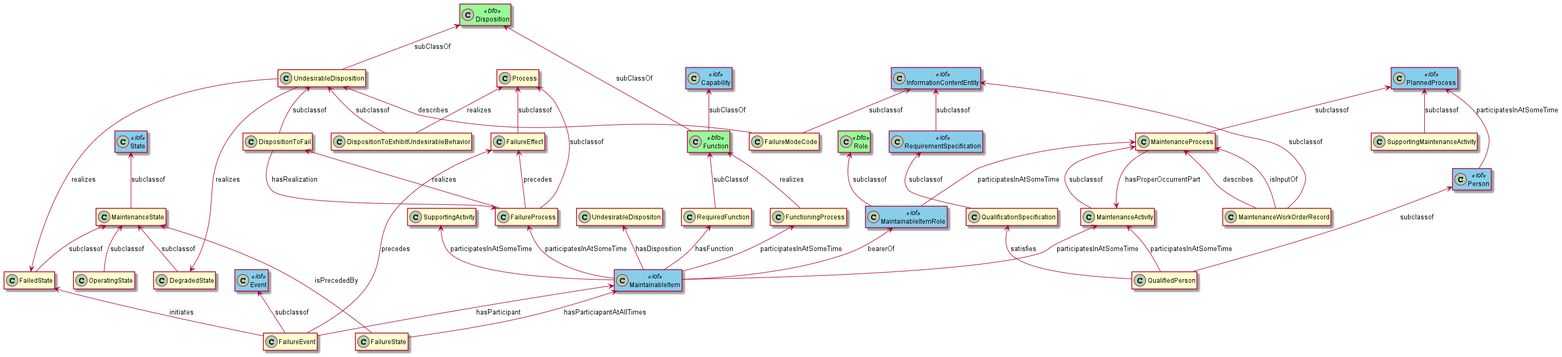
This is maintenance/images/MaintenanceDevRelationships.png from iofoundry/ontology, a PlantUML export, as it was before one commit.
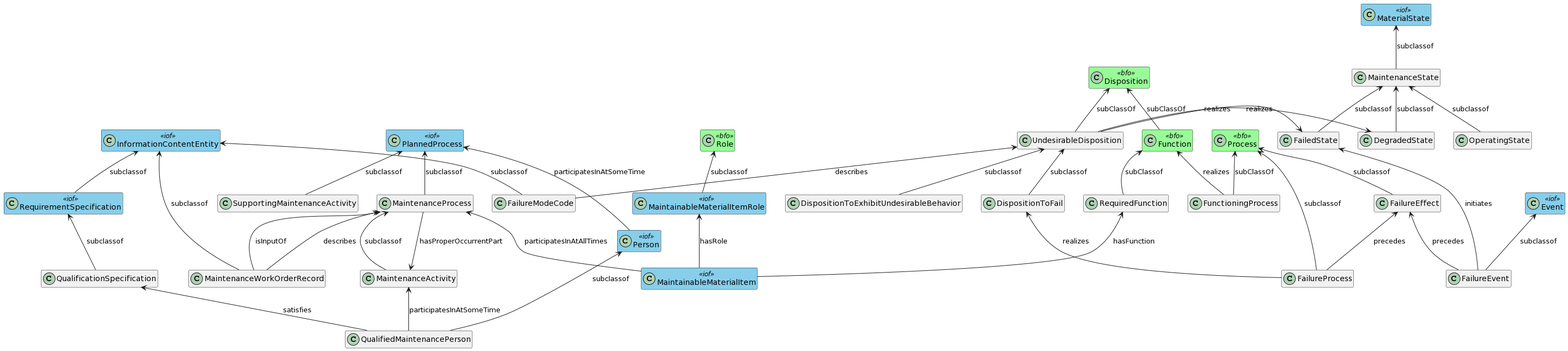
Later version of the same file.

What changed in the source:
```diff
@@ -8,7 +8,6 @@
 
 
 
-class Capability <<iof>>
 class DegradedState
 class Disposition <<bfo>>
 class DispositionToExhibitUndesirableBehavior
@@ -22,31 +21,29 @@
 class Function <<bfo>>
 class FunctioningProcess
 class InformationContentEntity <<iof>>
-class MaintainableItem <<iof>>
-class MaintainableItemRole <<iof>>
+class MaintainableMaterialItem <<iof>>
+class MaintainableMaterialItemRole <<iof>>
 class MaintenanceActivity
 class MaintenanceProcess
+class MaterialState <<iof>>
 class MaintenanceState
 class MaintenanceWorkOrderRecord
 class OperatingState
 class Person <<iof>>
 class PlannedProcess <<iof>>
+class Process <<bfo>>
 class QualificationSpecification
-class QualifiedPerson
+class QualifiedMaintenancePerson
 class Role <<bfo>>
 class RequiredFunction
 class RequirementSpecification <<iof>>
-class State <<iof>>
 class SupportingMaintenanceActivity
 class UndesirableDisposition
 
-Function -u-> Capability : "subClassOf"
 Function -u-> Disposition : "subClassOf"
-UndesirableDisposition -u-> Disposition : "subClassOf"
-DispositionToFail -u-> UndesirableDisposition : "subclassof"
-DispositionToExhibitUndesirableBehavior -u-> UndesirableDisposition : "subclassof"
-MaintainableItemRole -u-> Role : "subclassof"
-MaintenanceState -u-> State : "subclassof"
+
+MaintainableMaterialItemRole -u-> Role : "subclassof"
+MaintenanceState -u-> MaterialState : "subclassof"
 DegradedState -u-> MaintenanceState : "subclassof"
 FailedState -u-> MaintenanceState : "subclassof"
 OperatingState -u-> MaintenanceState : "subclassof"
@@ -59,43 +56,39 @@
 FailureModeCode -u-> InformationContentEntity : "subclassof"
 FailureProcess -u-> Process : "subclassof"
 QualificationSpecification -u-> RequirementSpecification : "subclassof"
-QualifiedPerson -u-> Person: "subclassof"
+QualifiedMaintenancePerson -u-> Person: "subclassof"
 MaintenanceWorkOrderRecord -u-> InformationContentEntity: "subclassof"
 RequirementSpecification -u-> InformationContentEntity: "subclassof"
 
-MaintainableItem -u-> MaintainableItemRole : "bearerOf"
-DispositionToFail -u-> FailureProcess : "hasRealization"
+MaintainableMaterialItem -u-> MaintainableMaterialItemRole : "hasRole"
 FailureProcess -u-> DispositionToFail : "realizes"
 FailureProcess -u-> FailureEffect : "precedes"
 FailureEvent -u-> FailureEffect : "precedes"
-FailureEvent -u-> MaintainableItem : "hasParticipant"
 FailureEvent -u-> FailedState : "initiates"
-FailureState -u-> MaintenanceState : "isPrecededBy"
-FailureState -u-> MaintainableItem : "hasParticiapantAtAllTimes"
 FailureModeCode -u-> UndesirableDisposition : "describes"
 Person -u-> PlannedProcess : "participatesInAtSomeTime"
 
-MaintainableItem -u-> RequiredFunction : "hasFunction"
-MaintainableItem -u-> UndesirableDispositon : "hasDisposition"
-MaintainableItem -u-> FailureProcess : "participatesInAtSomeTime"
-MaintainableItem -u-> FunctioningProcess : "participatesInAtSomeTime"
-MaintainableItem -u-> MaintenanceActivity : "participatesInAtSomeTime"
-MaintainableItem -u-> SupportingActivity : "participatesInAtSomeTime"
-MaintainableItemRole -u-> MaintenanceProcess : "participatesInAtSomeTime"
+
+
+MaintainableMaterialItem -u-> RequiredFunction : "hasFunction"
+MaintainableMaterialItem -u-> MaintenanceProcess : "participatesInAtAllTimes"
 
 MaintenanceProcess -d-> MaintenanceActivity : "hasProperOccurrentPart"
 
 MaintenanceWorkOrderRecord -u-> MaintenanceProcess: "describes"
 MaintenanceWorkOrderRecord -u-> MaintenanceProcess: "isInputOf"
 
+UndesirableDisposition -u-> Disposition : "subClassOf"
+DispositionToFail -u-> UndesirableDisposition : "subclassof"
+DispositionToExhibitUndesirableBehavior -u-> UndesirableDisposition : "subclassof"
+FunctioningProcess -u-> Process : "subClassOf"
 FunctioningProcess -u-> Function : "realizes"
 UndesirableDisposition -> DegradedState : "realizes"
 UndesirableDisposition -> FailedState : "realizes"
-DispositionToExhibitUndesirableBehavior -u-> Process : "realizes"
 
-QualifiedPerson -u-> MaintenanceActivity : "participatesInAtSomeTime"
-QualifiedPerson -u-> QualificationSpecification : "satisfies"
 
+QualifiedMaintenancePerson -u-> MaintenanceActivity : "participatesInAtSomeTime"
+QualifiedMaintenancePerson -u-> QualificationSpecification : "satisfies"
 
 
 
```
